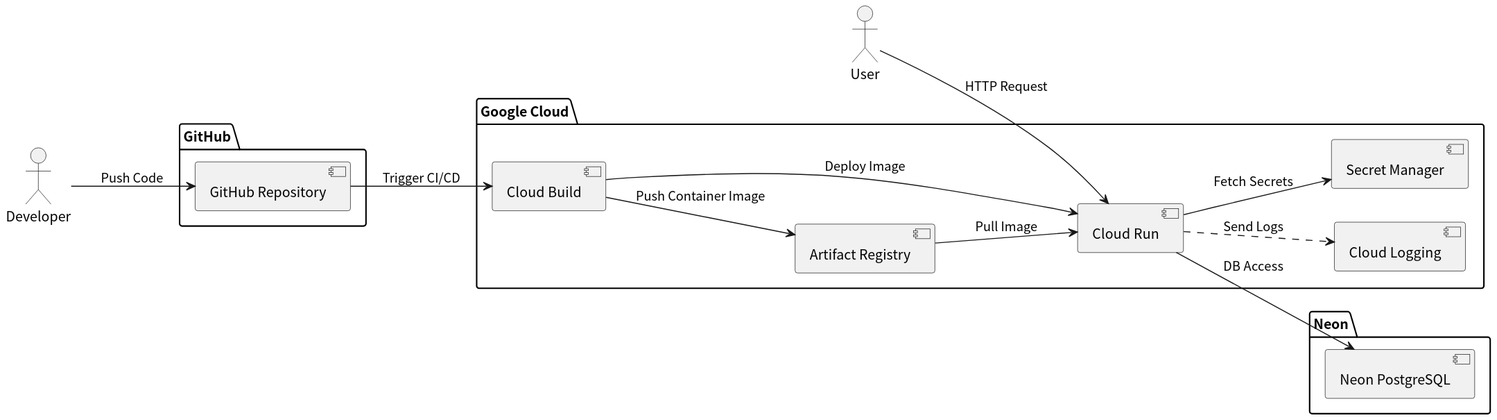
Before: docs/system_architecture/system_architecture/system_architecture.svg, a diagram exported from PlantUML (tomoki-shiozaki/distributed-library). Source of this version:
```plantuml
@startuml
skinparam defaultFontName "Noto Sans CJK JP"
left to right direction


actor User
actor Developer

package "GitHub" {
  component "GitHub Repository" as GitHubRepo
}

package "Google Cloud" {
  component "Cloud Build" as CloudBuild
  component "Artifact Registry" as ArtifactRegistry
  component "Cloud Run" as CloudRun
  component "Cloud Logging" as Logging
  component "Secret Manager" as SecretManager
}

package "Neon" {
  component "Neon PostgreSQL" as NeonPostgreSQL
}

Developer --> GitHubRepo : Push Code
GitHubRepo --> CloudBuild : Trigger CI/CD
CloudBuild --> ArtifactRegistry : Push Container Image
CloudBuild --> CloudRun : Deploy Image
ArtifactRegistry --> CloudRun : Pull Image

CloudRun --> SecretManager : Fetch Secrets


User --> CloudRun : HTTP Request
CloudRun --> NeonPostgreSQL : DB Access
CloudRun ..> Logging : Send Logs
@enduml
```
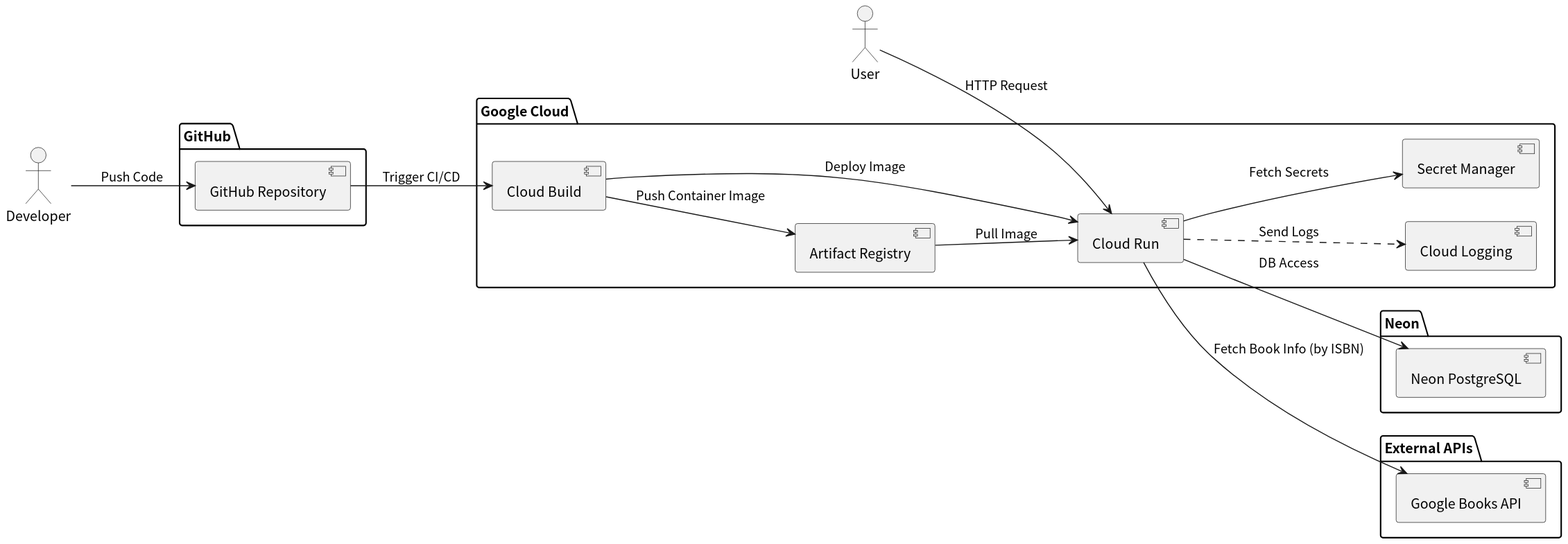
Above is the later version.

Commit message:
docs(system architecture): add Google Books API to system architecture

Change to the diagram source:
```diff
@@ -22,6 +22,10 @@
   component "Neon PostgreSQL" as NeonPostgreSQL
 }
 
+package "External APIs" {
+  component "Google Books API" as GoogleBooksAPI
+}
+
 Developer --> GitHubRepo : Push Code
 GitHubRepo --> CloudBuild : Trigger CI/CD
 CloudBuild --> ArtifactRegistry : Push Container Image
@@ -34,4 +38,6 @@
 User --> CloudRun : HTTP Request
 CloudRun --> NeonPostgreSQL : DB Access
 CloudRun ..> Logging : Send Logs
+
+CloudRun --> GoogleBooksAPI : Fetch Book Info (by ISBN)
 @enduml
```
